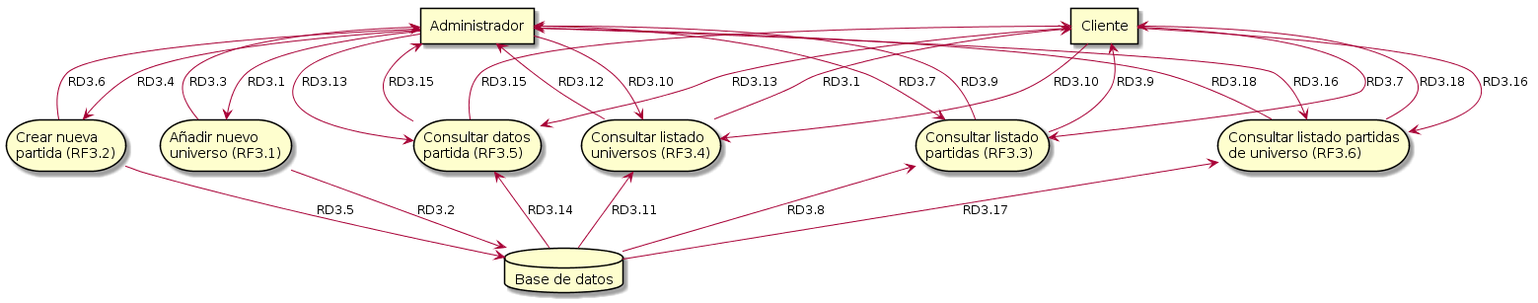
Lauragg/DDSI keeps this PlantUML diagram as p2/esquemaSubsistemaUniversosPartidas.png. Above is the earlier version. Source of this version:
```plantuml
@startuml
storage "Añadir nuevo \nuniverso (RF3.1)" as r1
storage "Crear nueva \npartida (RF3.2)" as r2
storage "Consultar listado \npartidas (RF3.3)" as r3
storage "Consultar listado \nuniversos (RF3.4)" as r4
storage "Consultar datos \npartida (RF3.5)" as r5
storage "Consultar listado partidas \nde universo (RF3.6)" as r6
rectangle "Cliente" as cliente
rectangle "Administrador" as admin
database "Base de datos" as db



admin -down-> r1 : RD3.1
admin -down-> r2 : RD3.4
admin -down-> r3 : RD3.7
admin -down-> r4 : RD3.10
admin -down-> r5 : RD3.13
admin -down-> r6 : RD3.16

admin <-down- r1: RD3.3
admin <-down- r2: RD3.6
admin <-down- r3 : RD3.9
admin <-down- r4 : RD3.12
admin <-down- r5: RD3.15
admin <-down- r6: RD3.18

cliente <-down- r3 : RD3.9
cliente <-down- r4 : RD3.1
cliente <-down- r5: RD3.15
cliente <-down- r6: RD3.18

cliente -down-> r3 : RD3.7
cliente -down-> r4 : RD3.10
cliente -down-> r5 : RD3.13
cliente -down-> r6 : RD3.16

r1 -down-> db : RD3.2
r2 -down-> db : RD3.5
r3 <-down- db : RD3.8
r4 <-down- db : RD3.11
r5 <-down- db : RD3.14
r6 <-down- db : RD3.17
@enduml
```
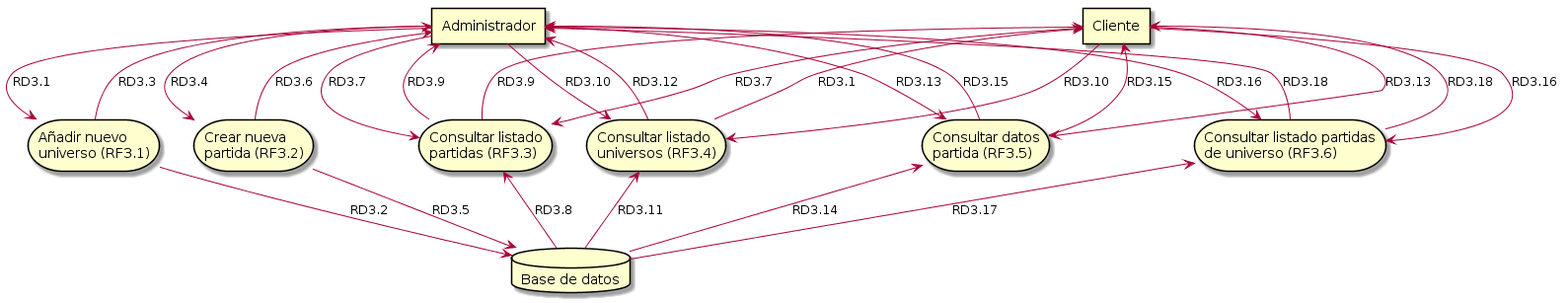
Above is the later version.

What changed in the source:
```diff
@@ -9,7 +9,11 @@
 rectangle "Administrador" as admin
 database "Base de datos" as db
 
-
+r1 -[hidden] r2
+r2 -[hidden] r3
+r3 -[hidden] r4
+r4 -[hidden] r5
+r5 -[hidden] r6
 
 admin -down-> r1 : RD3.1
 admin -down-> r2 : RD3.4
```
